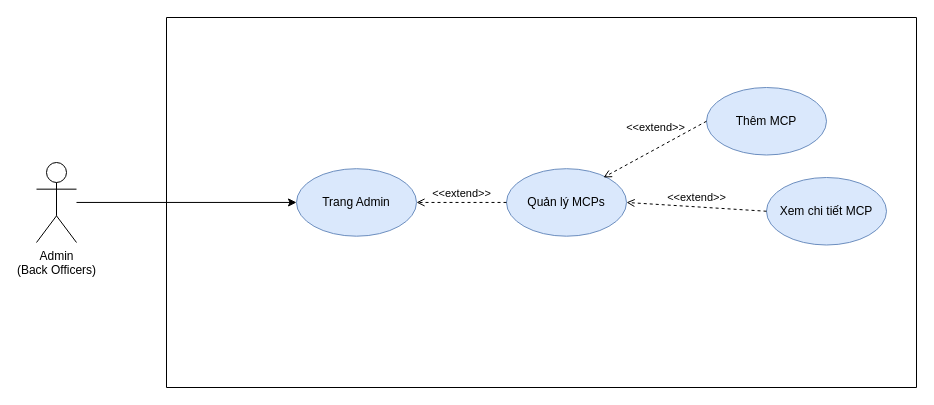
Before: Task 1/1.3/Manage-Vehicles-and-MCPs.drawio in astr0tas/SE-with-Da-Bois---UWC-2.0, a draw.io diagram. Source tidied: cells renumbered, new cells numbered last; positions are measured from the earlier drawing's top-left corner, leaving out a move shared by most shapes. Both pictures are drawn from the tidied source at 100%, with x=0, y=0 at pixel (36, 17).
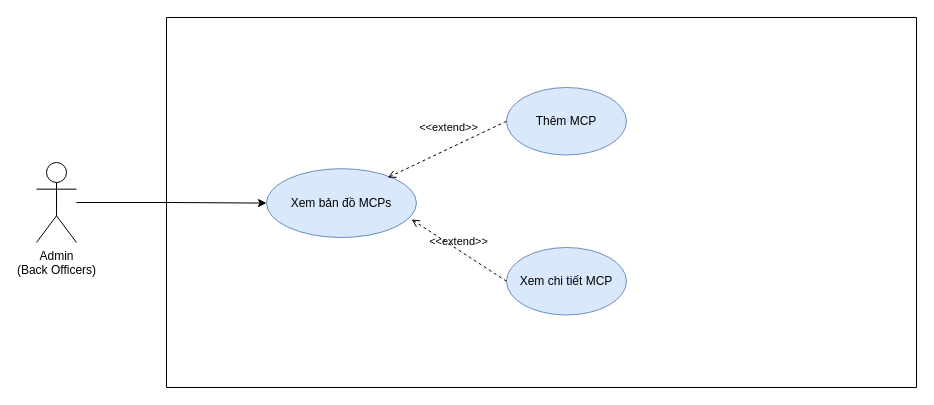
The same diagram, later.

What changed in the source:
```diff
@@
 <mxGraphModel>
   <root>
     <mxCell id="0" />
     <mxCell id="1" parent="0" />
-    <mxCell id="2" style="edgeStyle=orthogonalEdgeStyle;rounded=0;jettySize=auto;html=1;entryX=0;entryY=0.5;entryDx=0;entryDy=0;" parent="1" edge="1" source="3" target="7">
+    <mxCell id="2" style="edgeStyle=orthogonalEdgeStyle;rounded=0;jettySize=auto;html=1;entryX=0;entryY=0.5;entryDx=0;entryDy=0;" parent="1" edge="1" source="3" target="5">
       <mxGeometry relative="1" as="geometry" />
     </mxCell>
     <mxCell id="3" value="Admin&lt;br&gt;(Back Officers)" style="shape=umlActor;verticalLabelPosition=bottom;verticalAlign=top;html=1;" parent="1" vertex="1">
       <mxGeometry y="145" width="40" height="80" as="geometry" />
     </mxCell>
     <mxCell id="4" style="swimlane;startSize=0;" parent="1" vertex="1">
       <mxGeometry x="130" width="750" height="370" as="geometry" />
     </mxCell>
-    <mxCell id="5" value="Quản lý MCPs" style="ellipse;whiteSpace=wrap;html=1;fillColor=#dae8fc;strokeColor=#6c8ebf;" parent="4" vertex="1">
-      <mxGeometry x="340" y="151.2" width="120" height="67.5" as="geometry" />
+    <mxCell id="5" value="Xem bản đồ MCPs" style="ellipse;whiteSpace=wrap;html=1;fillColor=#dae8fc;strokeColor=#6c8ebf;" parent="4" vertex="1">
+      <mxGeometry x="100" y="151.2" width="150" height="68.8" as="geometry" />
     </mxCell>
-    <mxCell id="6" value="&amp;lt;&amp;lt;extend&amp;gt;&amp;gt;" style="html=1;verticalAlign=bottom;labelBackgroundColor=none;endArrow=open;endFill=0;dashed=1;exitX=0;exitY=0.5;exitDx=0;exitDy=0;entryX=1;entryY=0.5;entryDx=0;entryDy=0;" parent="4" edge="1" source="5" target="7">
-      <mxGeometry relative="1" as="geometry" />
-    </mxCell>
-    <mxCell id="7" value="Trang Admin" style="ellipse;whiteSpace=wrap;html=1;fillColor=#dae8fc;strokeColor=#6c8ebf;" parent="4" vertex="1">
-      <mxGeometry x="130" y="151.2" width="120" height="67.5" as="geometry" />
-    </mxCell>
     <mxCell id="8" value="Thêm MCP" style="ellipse;whiteSpace=wrap;html=1;fillColor=#dae8fc;strokeColor=#6c8ebf;" parent="4" vertex="1">
-      <mxGeometry x="540" y="70" width="120" height="67.5" as="geometry" />
+      <mxGeometry x="340" y="70" width="120" height="67.5" as="geometry" />
     </mxCell>
     <mxCell id="9" value="&amp;lt;&amp;lt;extend&amp;gt;&amp;gt;" style="html=1;verticalAlign=bottom;labelBackgroundColor=none;endArrow=open;endFill=0;dashed=1;exitX=0;exitY=0.5;exitDx=0;exitDy=0;entryX=0.808;entryY=0.13;entryDx=0;entryDy=0;entryPerimeter=0;" parent="4" edge="1" source="8" target="5">
       <mxGeometry x="-0.11" y="-11" relative="1" as="geometry" />
     </mxCell>
     <mxCell id="10" value="Xem chi tiết MCP" style="ellipse;whiteSpace=wrap;html=1;fillColor=#dae8fc;strokeColor=#6c8ebf;" parent="4" vertex="1">
-      <mxGeometry x="600" y="160" width="120" height="67.5" as="geometry" />
+      <mxGeometry x="340" y="230" width="120" height="67.5" as="geometry" />
     </mxCell>
-    <mxCell id="11" value="&amp;lt;&amp;lt;extend&amp;gt;&amp;gt;" style="html=1;verticalAlign=bottom;labelBackgroundColor=none;endArrow=open;endFill=0;dashed=1;exitX=0;exitY=0.5;exitDx=0;exitDy=0;entryX=1;entryY=0.5;entryDx=0;entryDy=0;" parent="4" edge="1" source="10" target="5">
+    <mxCell id="11" value="&amp;lt;&amp;lt;extend&amp;gt;&amp;gt;" style="html=1;verticalAlign=bottom;labelBackgroundColor=none;endArrow=open;endFill=0;dashed=1;exitX=0;exitY=0.5;exitDx=0;exitDy=0;entryX=0.967;entryY=0.737;entryDx=0;entryDy=0;entryPerimeter=0;" parent="4" edge="1" source="10" target="5">
       <mxGeometry relative="1" as="geometry" />
     </mxCell>
   </root>
 </mxGraphModel>
```
